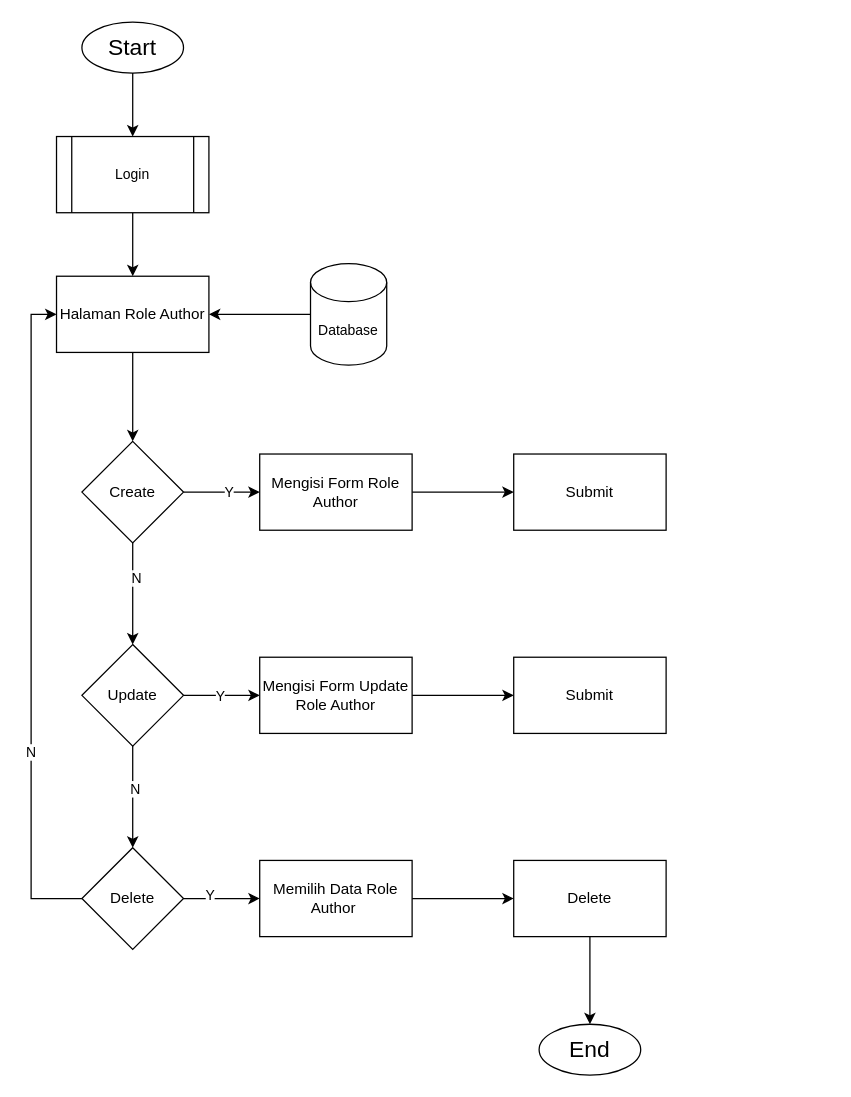
The draw.io diagram page "Mengelolah Data Role Author" (11 of 24) of Sistem Informasi Perpustakaan Terpadu/Diagram Tanpa Judul.drawio in umarshd/dfd-skripsi, before the edit. Source tidied: cells renumbered, new cells numbered last; positions are measured from the earlier drawing's top-left corner, leaving out a move shared by most shapes. Both pictures are drawn from the tidied source at 127%, with x=0, y=0 at pixel (30, 22).
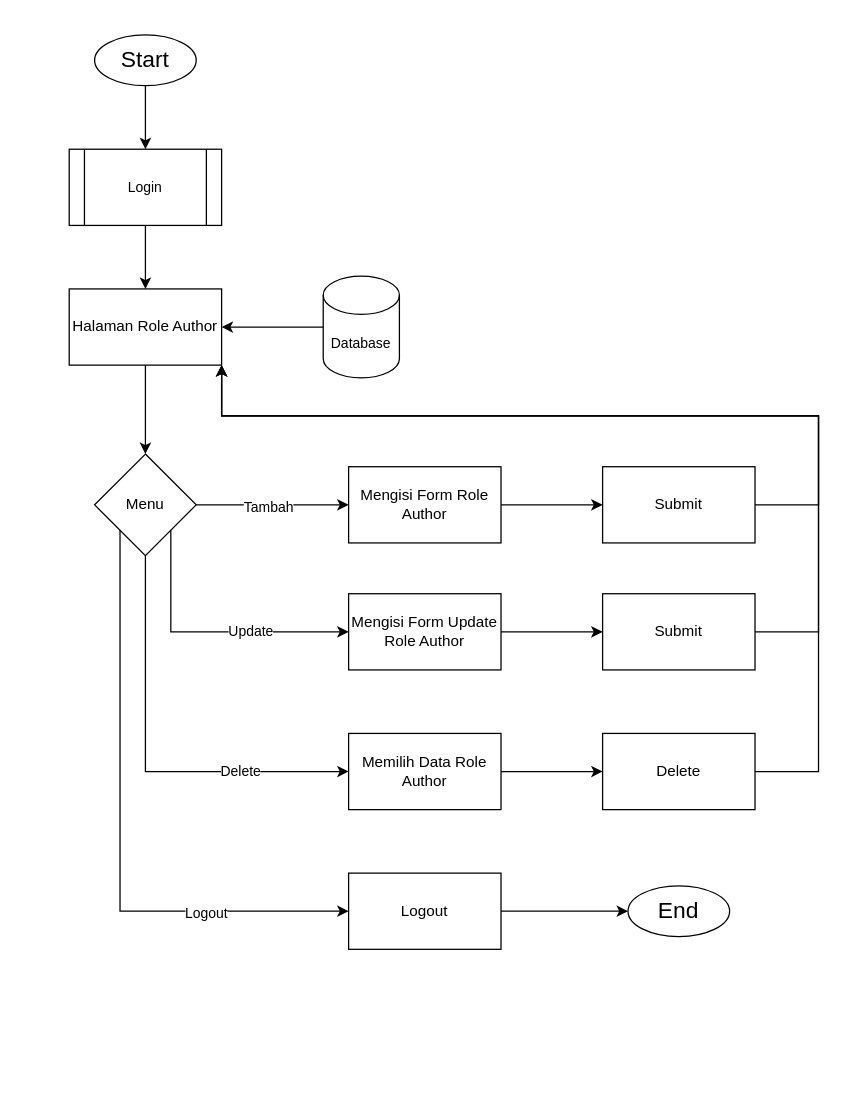
Above is the later version.

Change to the diagram source:
```diff
@@
     <mxCell id="3" value="&lt;font style=&quot;font-size: 18px;&quot;&gt;Start&lt;/font&gt;" style="ellipse;whiteSpace=wrap;html=1;" parent="1" vertex="1">
-      <mxGeometry x="40" width="80" height="40" as="geometry" />
+      <mxGeometry x="50" y="10" width="80" height="40" as="geometry" />
     </mxCell>
-    <mxCell id="4" style="edgeStyle=orthogonalEdgeStyle;shape=connector;rounded=0;jettySize=auto;html=1;labelBackgroundColor=default;strokeColor=default;fontFamily=Helvetica;fontSize=11;fontColor=default;endArrow=classic;endFill=1;" parent="1" edge="1" source="5" target="13">
-      <mxGeometry relative="1" as="geometry" />
-    </mxCell>
+    <mxCell id="36" style="edgeStyle=orthogonalEdgeStyle;shape=connector;rounded=0;jettySize=auto;html=1;labelBackgroundColor=default;strokeColor=default;fontFamily=Helvetica;fontSize=11;fontColor=default;endArrow=classic;endFill=1;" parent="1" edge="1" source="5" target="43">
+      <mxGeometry relative="1" as="geometry" />
+    </mxCell>
     <mxCell id="5" value="Halaman Role Author" style="whiteSpace=wrap;html=1;" parent="1" vertex="1">
-      <mxGeometry x="20" y="200" width="120" height="60" as="geometry" />
+      <mxGeometry x="30" y="210" width="120" height="60" as="geometry" />
     </mxCell>
     <mxCell id="6" value="&lt;font style=&quot;font-size: 18px;&quot;&gt;End&lt;/font&gt;" style="ellipse;whiteSpace=wrap;html=1;" parent="1" vertex="1">
-      <mxGeometry x="400" y="789" width="80" height="40" as="geometry" />
+      <mxGeometry x="470" y="680" width="80" height="40" as="geometry" />
     </mxCell>
@@
     <mxCell id="8" value="Login" style="shape=process;whiteSpace=wrap;html=1;backgroundOutline=1;fontFamily=Helvetica;fontSize=11;fontColor=default;" parent="1" vertex="1">
-      <mxGeometry x="20" y="90" width="120" height="60" as="geometry" />
+      <mxGeometry x="30" y="100" width="120" height="60" as="geometry" />
     </mxCell>
-    <mxCell id="9" style="edgeStyle=orthogonalEdgeStyle;shape=connector;rounded=0;jettySize=auto;html=1;labelBackgroundColor=default;strokeColor=default;fontFamily=Helvetica;fontSize=11;fontColor=default;endArrow=classic;endFill=1;" parent="1" edge="1" source="13" target="15">
-      <mxGeometry relative="1" as="geometry" />
-    </mxCell>
-    <mxCell id="10" value="Y" style="edgeLabel;html=1;align=center;verticalAlign=middle;fontSize=11;fontFamily=Helvetica;fontColor=default;" parent="9" vertex="1">
-      <mxGeometry x="0.15" y="1" relative="1" as="geometry" />
-    </mxCell>
-    <mxCell id="11" style="edgeStyle=orthogonalEdgeStyle;shape=connector;rounded=0;jettySize=auto;html=1;labelBackgroundColor=default;strokeColor=default;fontFamily=Helvetica;fontSize=11;fontColor=default;endArrow=classic;endFill=1;" parent="1" edge="1" source="13" target="21">
-      <mxGeometry relative="1" as="geometry" />
-    </mxCell>
-    <mxCell id="12" value="N" style="edgeLabel;html=1;align=center;verticalAlign=middle;fontSize=11;fontFamily=Helvetica;fontColor=default;" parent="11" vertex="1">
-      <mxGeometry x="-0.32" y="2" relative="1" as="geometry" />
-    </mxCell>
-    <mxCell id="13" value="Create" style="rhombus;whiteSpace=wrap;html=1;" parent="1" vertex="1">
-      <mxGeometry x="40" y="330" width="80" height="80" as="geometry" />
-    </mxCell>
-    <mxCell id="14" style="edgeStyle=orthogonalEdgeStyle;shape=connector;rounded=0;jettySize=auto;html=1;labelBackgroundColor=default;strokeColor=default;fontFamily=Helvetica;fontSize=11;fontColor=default;endArrow=classic;endFill=1;" parent="1" edge="1" source="15" target="16">
-      <mxGeometry relative="1" as="geometry" />
-    </mxCell>
+    <mxCell id="37" style="edgeStyle=orthogonalEdgeStyle;shape=connector;rounded=0;jettySize=auto;html=1;labelBackgroundColor=default;strokeColor=default;fontFamily=Helvetica;fontSize=11;fontColor=default;endArrow=classic;endFill=1;" parent="1" edge="1" source="43" target="15">
+      <mxGeometry relative="1" as="geometry" />
+    </mxCell>
+    <mxCell id="38" value="Tambah" style="edgeLabel;html=1;align=center;verticalAlign=middle;fontSize=11;fontFamily=Helvetica;fontColor=default;" parent="37" vertex="1">
+      <mxGeometry x="-0.06" y="-1" relative="1" as="geometry" />
+    </mxCell>
+    <mxCell id="39" style="edgeStyle=orthogonalEdgeStyle;shape=connector;rounded=0;jettySize=auto;html=1;exitX=1;exitY=1;exitDx=0;exitDy=0;entryX=0;entryY=0.5;entryDx=0;entryDy=0;labelBackgroundColor=default;strokeColor=default;fontFamily=Helvetica;fontSize=11;fontColor=default;endArrow=classic;endFill=1;" parent="1" edge="1" source="43" target="23">
+      <mxGeometry relative="1" as="geometry">
+        <Array as="points">
+          <mxPoint x="110" y="480" />
+        </Array>
+      </mxGeometry>
+    </mxCell>
+    <mxCell id="21" value="Update" style="edgeLabel;html=1;align=center;verticalAlign=middle;points=[];fontSize=11;fontFamily=Helvetica;fontColor=default;" parent="39" vertex="1">
+      <mxGeometry x="0.29" y="1" relative="1" as="geometry" />
+    </mxCell>
+    <mxCell id="40" style="edgeStyle=orthogonalEdgeStyle;shape=connector;rounded=0;jettySize=auto;html=1;entryX=0;entryY=0.5;entryDx=0;entryDy=0;labelBackgroundColor=default;strokeColor=default;fontFamily=Helvetica;fontSize=11;fontColor=default;endArrow=classic;endFill=1;" parent="1" edge="1" source="43" target="31">
+      <mxGeometry relative="1" as="geometry">
+        <Array as="points">
+          <mxPoint x="90" y="590" />
+        </Array>
+      </mxGeometry>
+    </mxCell>
+    <mxCell id="29" value="Delete" style="edgeLabel;html=1;align=center;verticalAlign=middle;points=[];fontSize=11;fontFamily=Helvetica;fontColor=default;" parent="40" vertex="1">
+      <mxGeometry x="0.48" y="1" relative="1" as="geometry" />
+    </mxCell>
+    <mxCell id="41" style="edgeStyle=orthogonalEdgeStyle;shape=connector;rounded=0;jettySize=auto;html=1;exitX=0;exitY=1;exitDx=0;exitDy=0;labelBackgroundColor=default;strokeColor=default;fontFamily=Helvetica;fontSize=11;fontColor=default;endArrow=classic;endFill=1;entryX=0;entryY=0.5;entryDx=0;entryDy=0;" parent="1" edge="1" source="43" target="52">
+      <mxGeometry relative="1" as="geometry">
+        <Array as="points">
+          <mxPoint x="70" y="700" />
+        </Array>
+      </mxGeometry>
+    </mxCell>
+    <mxCell id="42" value="Logout" style="edgeLabel;html=1;align=center;verticalAlign=middle;fontSize=11;fontFamily=Helvetica;fontColor=default;" parent="41" vertex="1">
+      <mxGeometry x="0.53" y="-1" relative="1" as="geometry" />
+    </mxCell>
+    <mxCell id="43" value="Menu" style="rhombus;whiteSpace=wrap;html=1;" parent="1" vertex="1">
+      <mxGeometry x="50" y="340" width="80" height="80" as="geometry" />
+    </mxCell>
+    <mxCell id="44" style="edgeStyle=orthogonalEdgeStyle;shape=connector;rounded=0;jettySize=auto;html=1;labelBackgroundColor=default;strokeColor=default;fontFamily=Helvetica;fontSize=11;fontColor=default;endArrow=classic;endFill=1;" parent="1" edge="1" source="15" target="46">
+      <mxGeometry relative="1" as="geometry" />
+    </mxCell>
     <mxCell id="15" value="Mengisi Form Role Author" style="whiteSpace=wrap;html=1;" parent="1" vertex="1">
-      <mxGeometry x="180" y="340" width="120" height="60" as="geometry" />
+      <mxGeometry x="250" y="350" width="120" height="60" as="geometry" />
     </mxCell>
-    <mxCell id="16" value="Submit" style="whiteSpace=wrap;html=1;" parent="1" vertex="1">
-      <mxGeometry x="380" y="340" width="120" height="60" as="geometry" />
-    </mxCell>
-    <mxCell id="17" style="edgeStyle=orthogonalEdgeStyle;shape=connector;rounded=0;jettySize=auto;html=1;labelBackgroundColor=default;strokeColor=default;fontFamily=Helvetica;fontSize=11;fontColor=default;endArrow=classic;endFill=1;" parent="1" edge="1" source="21" target="23">
-      <mxGeometry relative="1" as="geometry" />
-    </mxCell>
-    <mxCell id="18" value="Y" style="edgeLabel;html=1;align=center;verticalAlign=middle;fontSize=11;fontFamily=Helvetica;fontColor=default;" parent="17" vertex="1">
-      <mxGeometry x="-0.08" relative="1" as="geometry" />
-    </mxCell>
-    <mxCell id="19" style="edgeStyle=orthogonalEdgeStyle;shape=connector;rounded=0;jettySize=auto;html=1;labelBackgroundColor=default;strokeColor=default;fontFamily=Helvetica;fontSize=11;fontColor=default;endArrow=classic;endFill=1;" parent="1" edge="1" source="21" target="29">
-      <mxGeometry relative="1" as="geometry" />
-    </mxCell>
-    <mxCell id="20" value="N" style="edgeLabel;html=1;align=center;verticalAlign=middle;fontSize=11;fontFamily=Helvetica;fontColor=default;" parent="19" vertex="1">
-      <mxGeometry x="-0.18" y="1" relative="1" as="geometry" />
-    </mxCell>
-    <mxCell id="21" value="Update" style="rhombus;whiteSpace=wrap;html=1;" parent="1" vertex="1">
-      <mxGeometry x="40" y="490" width="80" height="80" as="geometry" />
-    </mxCell>
-    <mxCell id="22" style="edgeStyle=orthogonalEdgeStyle;shape=connector;rounded=0;jettySize=auto;html=1;labelBackgroundColor=default;strokeColor=default;fontFamily=Helvetica;fontSize=11;fontColor=default;endArrow=classic;endFill=1;" parent="1" edge="1" source="23" target="24">
-      <mxGeometry relative="1" as="geometry" />
-    </mxCell>
+    <mxCell id="34" style="edgeStyle=orthogonalEdgeStyle;shape=connector;rounded=0;jettySize=auto;html=1;entryX=1;entryY=0.5;entryDx=0;entryDy=0;labelBackgroundColor=default;strokeColor=default;fontFamily=Helvetica;fontSize=11;fontColor=default;endArrow=classic;endFill=1;" parent="1" edge="1" source="35" target="5">
+      <mxGeometry relative="1" as="geometry" />
+    </mxCell>
+    <mxCell id="35" value="Database" style="shape=cylinder3;whiteSpace=wrap;html=1;boundedLbl=1;backgroundOutline=1;size=15;fontFamily=Helvetica;fontSize=11;fontColor=default;" parent="1" vertex="1">
+      <mxGeometry x="230" y="200" width="60" height="80" as="geometry" />
+    </mxCell>
+    <mxCell id="45" style="edgeStyle=orthogonalEdgeStyle;shape=connector;rounded=0;jettySize=auto;html=1;labelBackgroundColor=default;strokeColor=default;fontFamily=Helvetica;fontSize=11;fontColor=default;endArrow=classic;endFill=1;entryX=1;entryY=1;entryDx=0;entryDy=0;" parent="1" edge="1" source="46" target="5">
+      <mxGeometry relative="1" as="geometry">
+        <Array as="points">
+          <mxPoint x="620" y="380" />
+          <mxPoint x="620" y="310" />
+          <mxPoint x="150" y="310" />
+        </Array>
+      </mxGeometry>
+    </mxCell>
+    <mxCell id="46" value="Submit" style="whiteSpace=wrap;html=1;" parent="1" vertex="1">
+      <mxGeometry x="450" y="350" width="120" height="60" as="geometry" />
+    </mxCell>
+    <mxCell id="47" style="edgeStyle=orthogonalEdgeStyle;shape=connector;rounded=0;jettySize=auto;html=1;labelBackgroundColor=default;strokeColor=default;fontFamily=Helvetica;fontSize=11;fontColor=default;endArrow=classic;endFill=1;" parent="1" edge="1" source="23" target="49">
+      <mxGeometry relative="1" as="geometry" />
+    </mxCell>
     <mxCell id="23" value="Mengisi Form Update Role Author" style="whiteSpace=wrap;html=1;" parent="1" vertex="1">
-      <mxGeometry x="180" y="500" width="120" height="60" as="geometry" />
+      <mxGeometry x="250" y="450" width="120" height="60" as="geometry" />
     </mxCell>
-    <mxCell id="24" value="Submit" style="whiteSpace=wrap;html=1;" parent="1" vertex="1">
-      <mxGeometry x="380" y="500" width="120" height="60" as="geometry" />
-    </mxCell>
-    <mxCell id="25" style="edgeStyle=orthogonalEdgeStyle;shape=connector;rounded=0;jettySize=auto;html=1;entryX=0;entryY=0.5;entryDx=0;entryDy=0;labelBackgroundColor=default;strokeColor=default;fontFamily=Helvetica;fontSize=11;fontColor=default;endArrow=classic;endFill=1;" parent="1" edge="1" source="29" target="5">
-      <mxGeometry relative="1" as="geometry">
-        <Array as="points">
-          <mxPoint y="690" />
-          <mxPoint y="230" />
-        </Array>
-      </mxGeometry>
-    </mxCell>
-    <mxCell id="26" value="N" style="edgeLabel;html=1;align=center;verticalAlign=middle;fontSize=11;fontFamily=Helvetica;fontColor=default;" parent="25" vertex="1">
-      <mxGeometry x="-0.4" y="1" relative="1" as="geometry" />
-    </mxCell>
-    <mxCell id="27" style="edgeStyle=orthogonalEdgeStyle;shape=connector;rounded=0;jettySize=auto;html=1;labelBackgroundColor=default;strokeColor=default;fontFamily=Helvetica;fontSize=11;fontColor=default;endArrow=classic;endFill=1;" parent="1" edge="1" source="29" target="31">
-      <mxGeometry relative="1" as="geometry" />
-    </mxCell>
-    <mxCell id="28" value="Y" style="edgeLabel;html=1;align=center;verticalAlign=middle;fontSize=11;fontFamily=Helvetica;fontColor=default;" parent="27" vertex="1">
-      <mxGeometry x="-0.32" y="3" relative="1" as="geometry" />
-    </mxCell>
-    <mxCell id="29" value="Delete" style="rhombus;whiteSpace=wrap;html=1;" parent="1" vertex="1">
-      <mxGeometry x="40" y="650" width="80" height="80" as="geometry" />
-    </mxCell>
+    <mxCell id="48" style="edgeStyle=orthogonalEdgeStyle;shape=connector;rounded=0;jettySize=auto;html=1;entryX=1;entryY=1;entryDx=0;entryDy=0;labelBackgroundColor=default;strokeColor=default;fontFamily=Helvetica;fontSize=11;fontColor=default;endArrow=classic;endFill=1;" parent="1" edge="1" source="49" target="5">
+      <mxGeometry relative="1" as="geometry">
+        <Array as="points">
+          <mxPoint x="620" y="480" />
+          <mxPoint x="620" y="310" />
+          <mxPoint x="150" y="310" />
+        </Array>
+      </mxGeometry>
+    </mxCell>
+    <mxCell id="49" value="Submit" style="whiteSpace=wrap;html=1;" parent="1" vertex="1">
+      <mxGeometry x="450" y="450" width="120" height="60" as="geometry" />
+    </mxCell>
@@
-    <mxCell id="31" value="Memilih Data Role Author&amp;nbsp;" style="whiteSpace=wrap;html=1;" parent="1" vertex="1">
-      <mxGeometry x="180" y="660" width="120" height="60" as="geometry" />
+    <mxCell id="31" value="Memilih Data Role Author" style="whiteSpace=wrap;html=1;" parent="1" vertex="1">
+      <mxGeometry x="250" y="560" width="120" height="60" as="geometry" />
     </mxCell>
-    <mxCell id="32" style="edgeStyle=orthogonalEdgeStyle;shape=connector;rounded=0;jettySize=auto;html=1;labelBackgroundColor=default;strokeColor=default;fontFamily=Helvetica;fontSize=11;fontColor=default;endArrow=classic;endFill=1;" parent="1" edge="1" source="33" target="6">
-      <mxGeometry relative="1" as="geometry" />
-    </mxCell>
+    <mxCell id="50" style="edgeStyle=orthogonalEdgeStyle;shape=connector;rounded=0;jettySize=auto;html=1;labelBackgroundColor=default;strokeColor=default;fontFamily=Helvetica;fontSize=11;fontColor=default;endArrow=classic;endFill=1;entryX=1;entryY=1;entryDx=0;entryDy=0;" parent="1" edge="1" source="33" target="5">
+      <mxGeometry relative="1" as="geometry">
+        <Array as="points">
+          <mxPoint x="620" y="590" />
+          <mxPoint x="620" y="310" />
+          <mxPoint x="150" y="310" />
+        </Array>
+      </mxGeometry>
+    </mxCell>
     <mxCell id="33" value="Delete" style="whiteSpace=wrap;html=1;" parent="1" vertex="1">
-      <mxGeometry x="380" y="660" width="120" height="60" as="geometry" />
+      <mxGeometry x="450" y="560" width="120" height="60" as="geometry" />
     </mxCell>
-    <mxCell id="34" style="edgeStyle=orthogonalEdgeStyle;shape=connector;rounded=0;jettySize=auto;html=1;labelBackgroundColor=default;strokeColor=default;fontFamily=Helvetica;fontSize=11;fontColor=default;endArrow=classic;endFill=1;" parent="1" edge="1" source="35" target="5">
-      <mxGeometry relative="1" as="geometry" />
-    </mxCell>
-    <mxCell id="35" value="Database" style="shape=cylinder3;whiteSpace=wrap;html=1;boundedLbl=1;backgroundOutline=1;size=15;fontFamily=Helvetica;fontSize=11;fontColor=default;" parent="1" vertex="1">
-      <mxGeometry x="220" y="190" width="60" height="80" as="geometry" />
-    </mxCell>
+    <mxCell id="51" style="edgeStyle=orthogonalEdgeStyle;shape=connector;rounded=0;jettySize=auto;html=1;labelBackgroundColor=default;strokeColor=default;fontFamily=Helvetica;fontSize=11;fontColor=default;endArrow=classic;endFill=1;" parent="1" edge="1" source="52" target="6">
+      <mxGeometry relative="1" as="geometry" />
+    </mxCell>
+    <mxCell id="52" value="Logout" style="whiteSpace=wrap;html=1;" parent="1" vertex="1">
+      <mxGeometry x="250" y="670" width="120" height="60" as="geometry" />
+    </mxCell>
```
